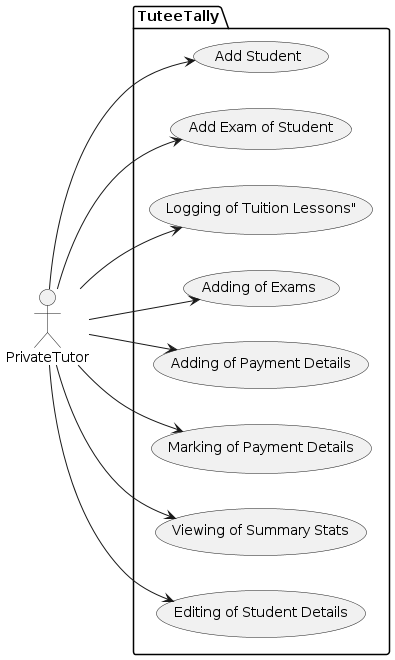
MarcusGitty/tp keeps this PlantUML diagram as diagrams/UseCaseDiagram.png. Above is the earlier version. Its source is kept beside it as diagrams/UseCaseDiagram.puml.
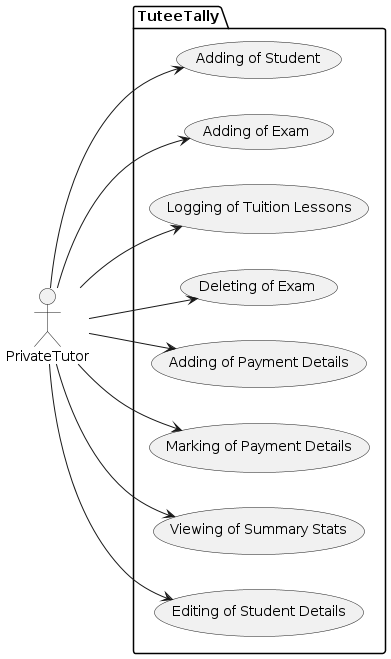
After the commit.

Diff of the diagram source:
```diff
@@ -3,10 +3,10 @@
 actor PrivateTutor as g
 
 package TuteeTally {
-  usecase "Add Student" as UC1
-  usecase "Add Exam of Student" as UC2
-  usecase "Logging of Tuition Lessons"" as UC3
-  usecase "Adding of Exams" as UC4
+  usecase "Adding of Student" as UC1
+  usecase "Adding of Exam" as UC2
+  usecase "Logging of Tuition Lessons" as UC3
+  usecase "Deleting of Exam" as UC4
   usecase "Adding of Payment Details" as UC5
   usecase "Marking of Payment Details" as UC6
   usecase "Viewing of Summary Stats" as UC7
```
